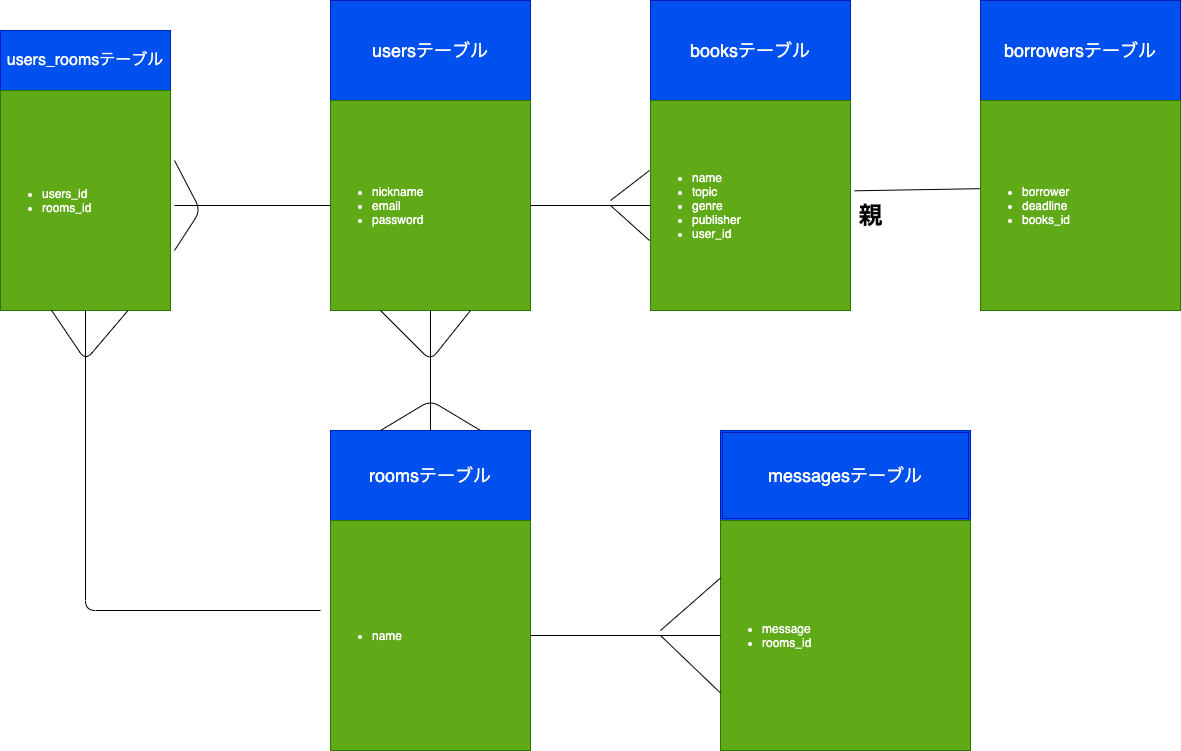
The draw.io diagram world_book_shelf.drawio.png in Masahiro913/world_book_shelf, before a commit. Source tidied: cells renumbered, new cells last; positions are measured from the earlier drawing's top-left corner, leaving out a move shared by most shapes.
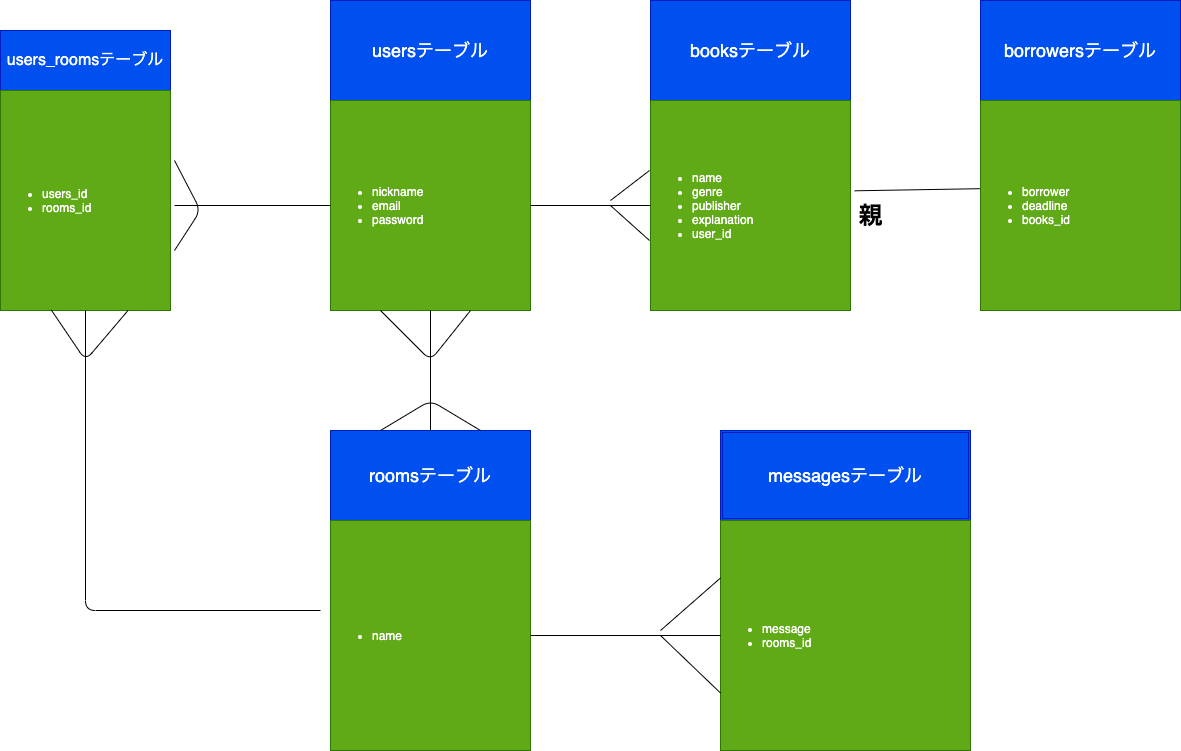
Later version of the same file.

Change to the diagram source:
```diff
@@ -20,7 +20,7 @@
     <mxCell id="7" value="&lt;ul&gt;&lt;li&gt;name&lt;/li&gt;&lt;/ul&gt;" style="text;strokeColor=#2D7600;fillColor=#60a917;html=1;whiteSpace=wrap;verticalAlign=middle;overflow=hidden;fontColor=#ffffff;" parent="1" vertex="1">
       <mxGeometry x="330" y="520" width="200" height="230" as="geometry" />
     </mxCell>
-    <mxCell id="8" value="&lt;ul&gt;&lt;li&gt;name&lt;/li&gt;&lt;li&gt;topic&lt;/li&gt;&lt;li&gt;genre&lt;/li&gt;&lt;li&gt;publisher&lt;/li&gt;&lt;li&gt;user_id&lt;/li&gt;&lt;/ul&gt;" style="text;strokeColor=#2D7600;fillColor=#60a917;html=1;whiteSpace=wrap;verticalAlign=middle;overflow=hidden;fontColor=#ffffff;" parent="1" vertex="1">
+    <mxCell id="8" value="&lt;ul&gt;&lt;li&gt;name&lt;/li&gt;&lt;li&gt;genre&lt;/li&gt;&lt;li&gt;publisher&lt;/li&gt;&lt;li&gt;explanation&lt;/li&gt;&lt;li&gt;user_id&lt;/li&gt;&lt;/ul&gt;" style="text;strokeColor=#2D7600;fillColor=#60a917;html=1;whiteSpace=wrap;verticalAlign=middle;overflow=hidden;fontColor=#ffffff;" parent="1" vertex="1">
       <mxGeometry x="650" y="100" width="200" height="210" as="geometry" />
     </mxCell>
     <mxCell id="9" value="&lt;ul&gt;&lt;li&gt;borrower&lt;/li&gt;&lt;li&gt;deadline&lt;/li&gt;&lt;li&gt;books_id&lt;/li&gt;&lt;/ul&gt;" style="text;strokeColor=#2D7600;fillColor=#60a917;html=1;whiteSpace=wrap;verticalAlign=middle;overflow=hidden;fontColor=#ffffff;" parent="1" vertex="1">
```
